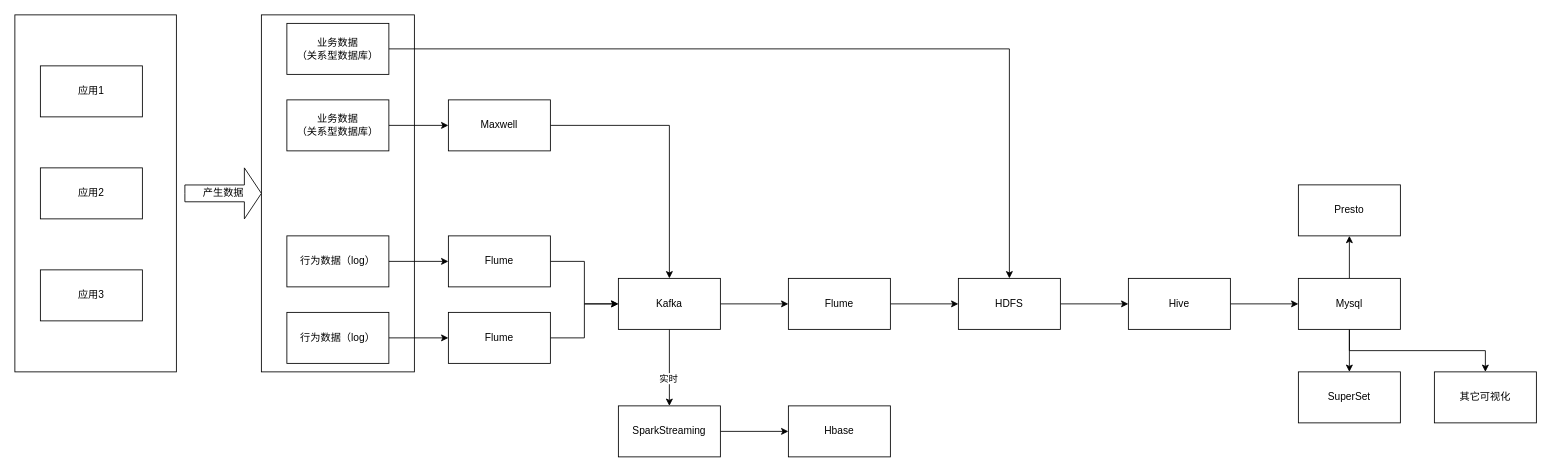
Above: source/_posts/bi/bi_整体框架.drawio in qypone/blog (draw.io), before the change. Source tidied: cells renumbered, new cells numbered last; positions are measured from the earlier drawing's top-left corner, leaving out a move shared by most shapes. Both pictures are drawn from the tidied source at 85%, with x=0, y=0 at pixel (14, 14).
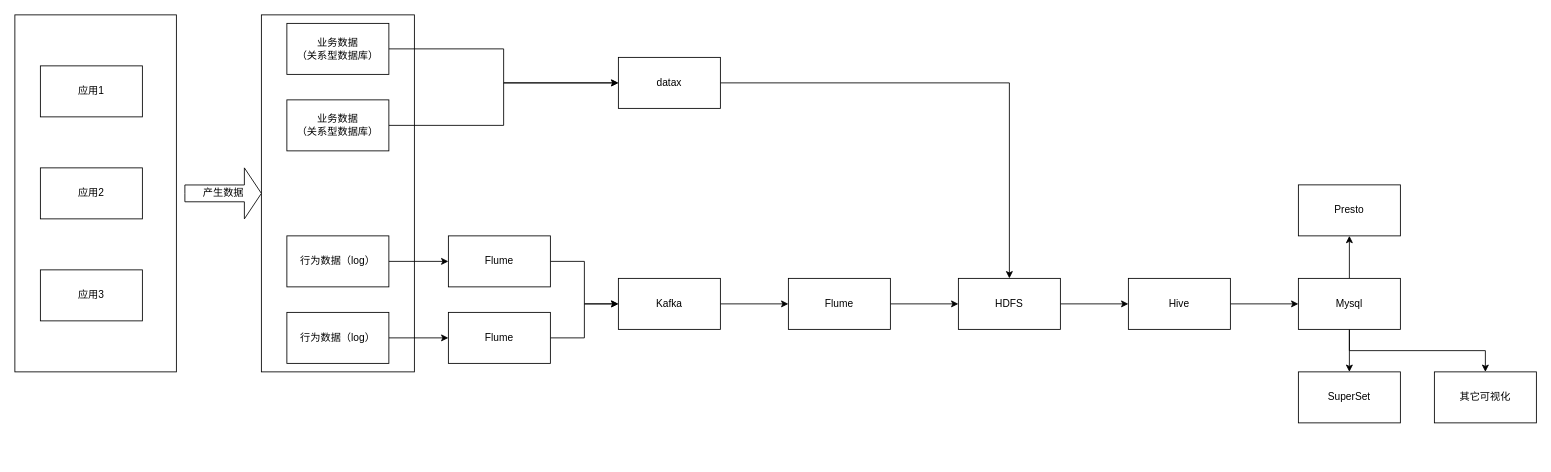
The same diagram, later.

Unchanged cells that the change refers to:
```xml
<mxCell id="16" value="Kafka" style="rounded=0;whiteSpace=wrap;html=1;" parent="1" vertex="1">
  <mxGeometry x="710" y="310" width="120" height="60" as="geometry" />
</mxCell>
<mxCell id="22" value="业务数据&lt;br&gt;（关系型数据库）" style="rounded=0;whiteSpace=wrap;html=1;" parent="1" vertex="1">
  <mxGeometry x="320" y="10" width="120" height="60" as="geometry" />
</mxCell>
<mxCell id="29" value="HDFS" style="rounded=0;whiteSpace=wrap;html=1;" parent="1" vertex="1">
  <mxGeometry x="1110" y="310" width="120" height="60" as="geometry" />
</mxCell>
```

Diff of the diagram source:
```diff
@@
-    <mxCell id="14" style="edgeStyle=orthogonalEdgeStyle;rounded=0;jettySize=auto;html=1;exitX=0.5;exitY=1;exitDx=0;exitDy=0;entryX=0.5;entryY=0;entryDx=0;entryDy=0;" parent="1" edge="1" source="16" target="40">
-      <mxGeometry relative="1" as="geometry" />
-    </mxCell>
-    <mxCell id="15" value="实时" style="edgeLabel;html=1;align=center;verticalAlign=middle;" parent="14" vertex="1">
-      <mxGeometry x="0.26" y="-2" relative="1" as="geometry" />
-    </mxCell>
@@
-    <mxCell id="21" style="edgeStyle=orthogonalEdgeStyle;rounded=0;jettySize=auto;html=1;exitX=1;exitY=0.5;exitDx=0;exitDy=0;entryX=0.5;entryY=0;entryDx=0;entryDy=0;" parent="1" edge="1" source="22" target="29">
+    <mxCell id="21" style="edgeStyle=orthogonalEdgeStyle;rounded=0;jettySize=auto;html=1;exitX=1;exitY=0.5;exitDx=0;exitDy=0;entryX=0;entryY=0.5;entryDx=0;entryDy=0;" parent="1" edge="1" source="22" target="27">
       <mxGeometry relative="1" as="geometry" />
     </mxCell>
@@
-    <mxCell id="26" style="edgeStyle=orthogonalEdgeStyle;rounded=0;jettySize=auto;html=1;exitX=1;exitY=0.5;exitDx=0;exitDy=0;entryX=0.5;entryY=0;entryDx=0;entryDy=0;" parent="1" edge="1" source="27" target="16">
+    <mxCell id="26" style="edgeStyle=orthogonalEdgeStyle;rounded=0;jettySize=auto;html=1;exitX=1;exitY=0.5;exitDx=0;exitDy=0;entryX=0.5;entryY=0;entryDx=0;entryDy=0;" parent="1" edge="1" source="27" target="29">
       <mxGeometry relative="1" as="geometry" />
     </mxCell>
-    <mxCell id="27" value="Maxwell" style="rounded=0;whiteSpace=wrap;html=1;" parent="1" vertex="1">
-      <mxGeometry x="510" y="100" width="120" height="60" as="geometry" />
+    <mxCell id="27" value="datax" style="rounded=0;whiteSpace=wrap;html=1;" parent="1" vertex="1">
+      <mxGeometry x="710" y="50" width="120" height="60" as="geometry" />
     </mxCell>
@@
-    <mxCell id="39" style="edgeStyle=orthogonalEdgeStyle;rounded=0;jettySize=auto;html=1;exitX=1;exitY=0.5;exitDx=0;exitDy=0;entryX=0;entryY=0.5;entryDx=0;entryDy=0;" parent="1" edge="1" source="40" target="41">
-      <mxGeometry relative="1" as="geometry" />
-    </mxCell>
-    <mxCell id="40" value="SparkStreaming" style="rounded=0;whiteSpace=wrap;html=1;" parent="1" vertex="1">
-      <mxGeometry x="710" y="460" width="120" height="60" as="geometry" />
-    </mxCell>
-    <mxCell id="41" value="Hbase" style="rounded=0;whiteSpace=wrap;html=1;" parent="1" vertex="1">
-      <mxGeometry x="910" y="460" width="120" height="60" as="geometry" />
-    </mxCell>
```
